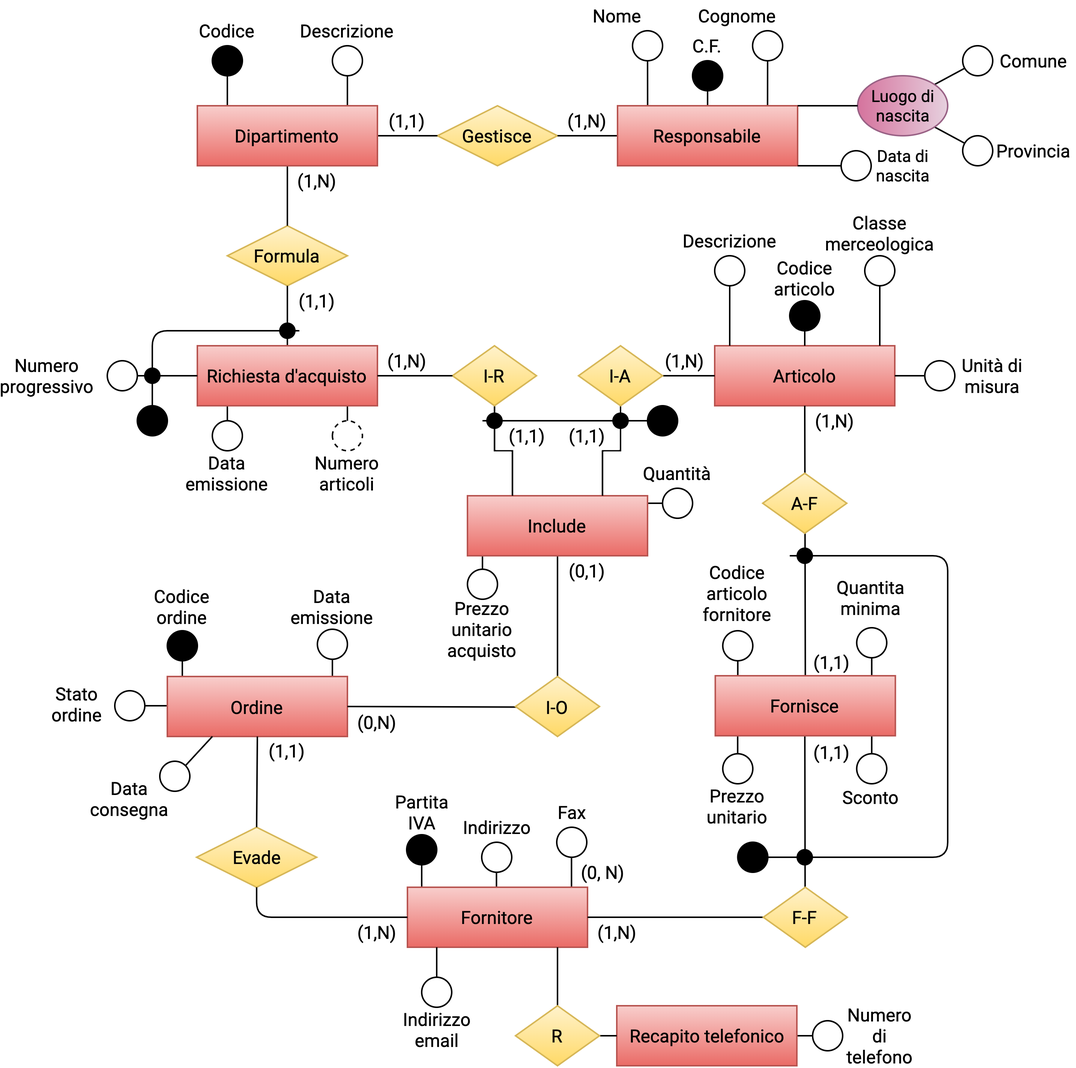
This is ER/ER_final.png from FraBomba6/Progetto_BdD, a draw.io export, as it was before one commit. Source tidied: cells renumbered, new cells last; positions are measured from the earlier drawing's top-left corner, leaving out a move shared by most shapes.
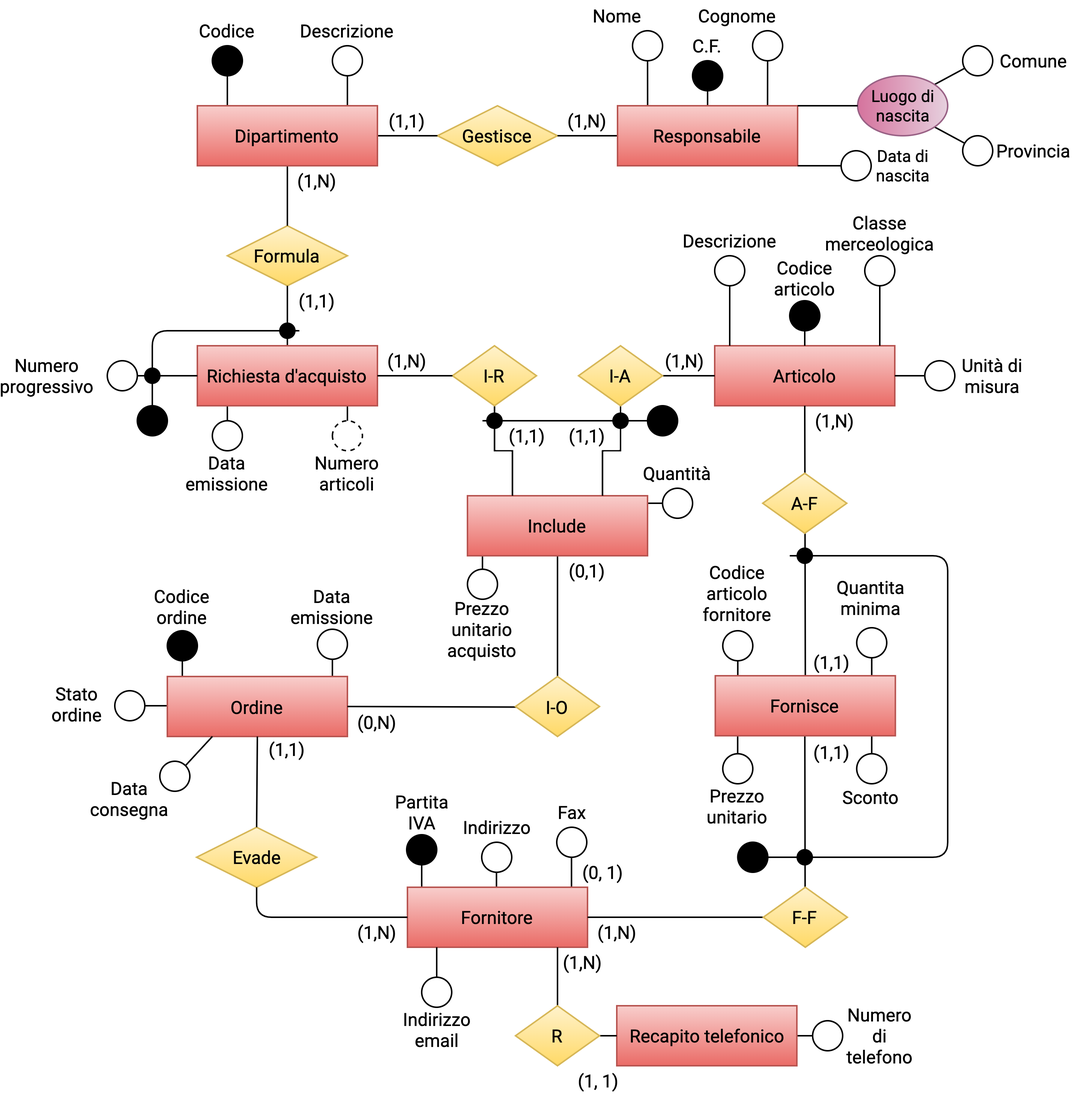
The same file after the commit.

Change to the diagram source:
```diff
@@ -348,7 +348,7 @@
     <mxCell id="100" value="&lt;div&gt;Dipartimento&lt;/div&gt;" style="rounded=0;whiteSpace=wrap;html=1;fontFamily=Roboto;fontSource=https%3A%2F%2Ffonts.googleapis.com%2Fcss%3Ffamily%3DRoboto;fillColor=#f8cecc;strokeColor=#b85450;gradientColor=#ea6b66;" parent="1" vertex="1">
       <mxGeometry x="120" y="70" width="120" height="40" as="geometry" />
     </mxCell>
-    <mxCell id="101" value="&lt;div&gt;(0, N)&lt;/div&gt;" style="text;html=1;align=center;verticalAlign=middle;strokeColor=none;rotation=0;fontFamily=Roboto;fontSource=https%3A%2F%2Ffonts.googleapis.com%2Fcss%3Ffamily%3DRoboto;" parent="1" vertex="1">
+    <mxCell id="101" value="&lt;div&gt;(0, 1&lt;span&gt;)&lt;/span&gt;&lt;/div&gt;" style="text;html=1;align=center;verticalAlign=middle;strokeColor=none;rotation=0;fontFamily=Roboto;fontSource=https%3A%2F%2Ffonts.googleapis.com%2Fcss%3Ffamily%3DRoboto;" parent="1" vertex="1">
       <mxGeometry x="369.5" y="571" width="40" height="20" as="geometry" />
     </mxCell>
     <mxCell id="102" style="endArrow=none;html=1;exitX=0.5;exitY=0;exitDx=0;exitDy=0;fontFamily=Roboto;fontSource=https%3A%2F%2Ffonts.googleapis.com%2Fcss%3Ffamily%3DRoboto;startArrow=none;" parent="1" edge="1" source="105">
@@ -574,5 +574,11 @@
     <mxCell id="164" style="ellipse;whiteSpace=wrap;html=1;fontFamily=Roboto;fontSource=https%3A%2F%2Ffonts.googleapis.com%2Fcss%3Ffamily%3DRoboto;rotation=-180;dashed=1;" parent="1" vertex="1">
       <mxGeometry x="210" y="280" width="20" height="20" as="geometry" />
     </mxCell>
+    <mxCell id="165" value="(1,N)" style="text;html=1;strokeColor=none;fillColor=none;align=center;verticalAlign=middle;whiteSpace=wrap;rounded=0;fontFamily=Roboto;fontSource=https%3A%2F%2Ffonts.googleapis.com%2Fcss%3Ffamily%3DRoboto;" parent="1" vertex="1">
+      <mxGeometry x="357" y="631" width="40" height="20" as="geometry" />
+    </mxCell>
+    <mxCell id="166" value="&lt;div&gt;(1, 1&lt;span&gt;)&lt;/span&gt;&lt;/div&gt;" style="text;html=1;align=center;verticalAlign=middle;strokeColor=none;rotation=0;fontFamily=Roboto;fontSource=https%3A%2F%2Ffonts.googleapis.com%2Fcss%3Ffamily%3DRoboto;" parent="1" vertex="1">
+      <mxGeometry x="367" y="710" width="40" height="20" as="geometry" />
+    </mxCell>
   </root>
 </mxGraphModel>
```
